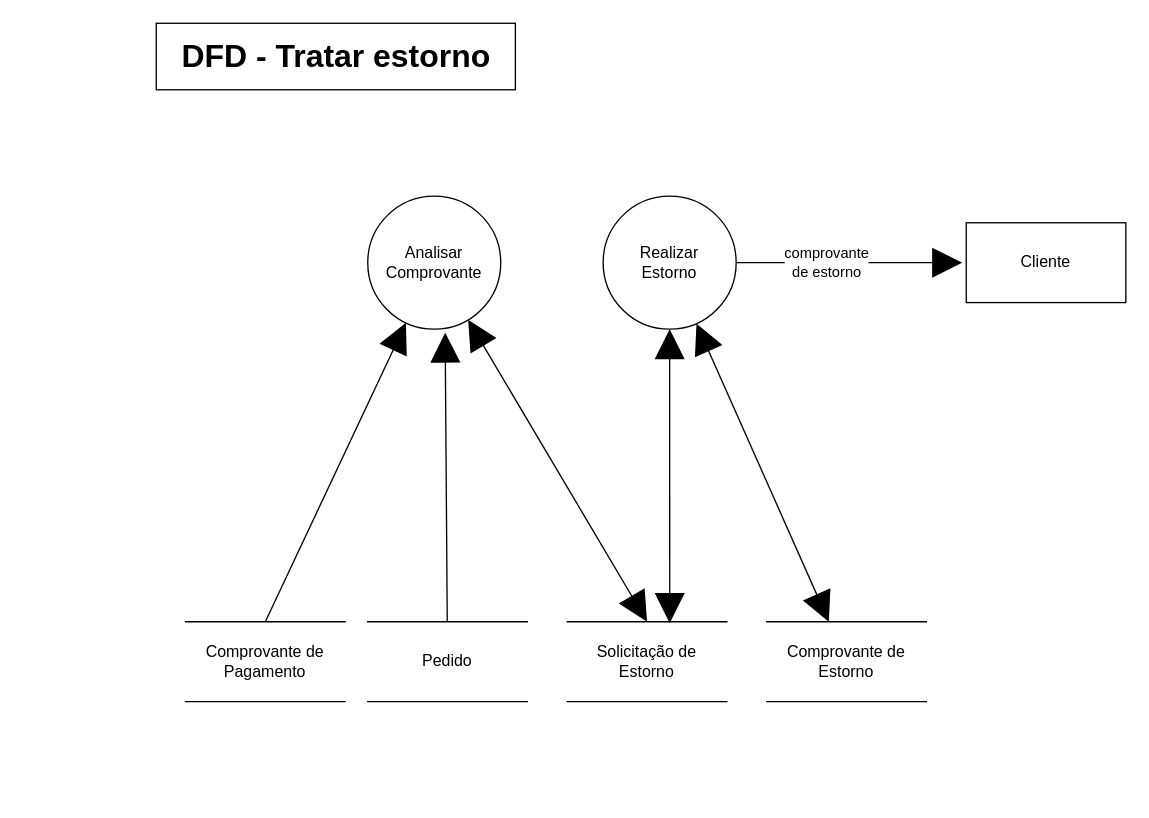
Before: Documentation/DFD Essencial para cada Capacidade/DFD Tratar Estorno.drawio in Systematicos/FindingApp, a draw.io diagram. Source tidied: cells renumbered, new cells numbered last; positions are measured from the earlier drawing's top-left corner, leaving out a move shared by most shapes. Both pictures are drawn from the tidied source at 133%, with x=0, y=0 at pixel (122, 23).
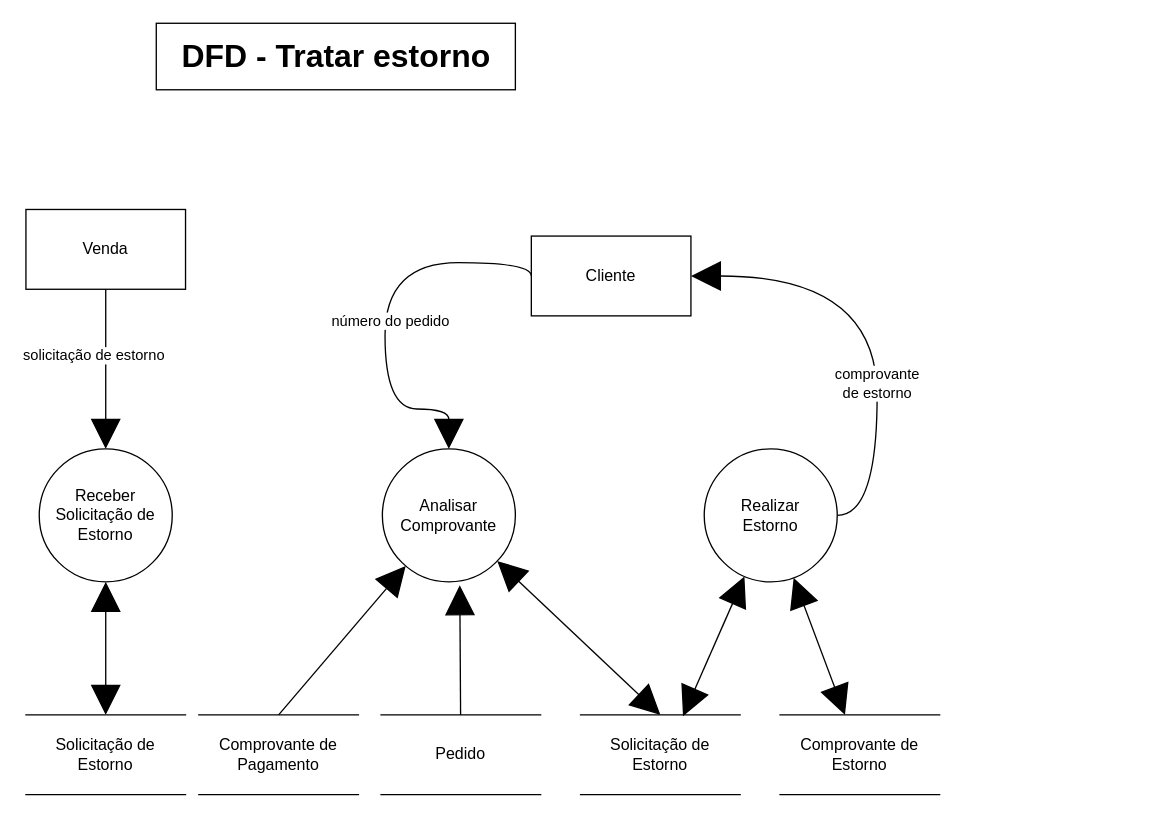
Above is the later version.

Change to the diagram source:
```diff
@@
     <mxCell id="6" value="Analisar Comprovante" style="ellipse;whiteSpace=wrap;html=1;" parent="1" vertex="1">
-      <mxGeometry x="184" y="130" width="100" height="100" as="geometry" />
+      <mxGeometry x="195" y="320" width="100" height="100" as="geometry" />
     </mxCell>
     <mxCell id="7" value="Comprovante de Pagamento" style="shape=partialRectangle;whiteSpace=wrap;html=1;left=0;right=0;fillColor=none;" parent="1" vertex="1">
-      <mxGeometry x="47" y="450" width="120" height="60" as="geometry" />
+      <mxGeometry x="57" y="520" width="120" height="60" as="geometry" />
     </mxCell>
+    <mxCell id="18" style="edgeStyle=orthogonalEdgeStyle;rounded=0;jettySize=auto;html=1;exitX=0;exitY=0.5;exitDx=0;exitDy=0;entryX=0.5;entryY=0;entryDx=0;entryDy=0;startArrow=none;startFill=0;startSize=20;endArrow=block;endFill=1;endSize=20;curved=1;" parent="1" edge="1" source="8" target="6">
+      <mxGeometry relative="1" as="geometry">
+        <Array as="points">
+          <mxPoint x="307" y="180" />
+          <mxPoint x="197" y="180" />
+          <mxPoint x="197" y="290" />
+          <mxPoint x="245" y="290" />
+        </Array>
+      </mxGeometry>
+    </mxCell>
+    <mxCell id="19" value="número do pedido" style="edgeLabel;html=1;align=center;verticalAlign=middle;" parent="18" vertex="1">
+      <mxGeometry x="0.06" y="3" relative="1" as="geometry" />
+    </mxCell>
     <mxCell id="8" value="Cliente" style="rounded=0;whiteSpace=wrap;html=1;" parent="1" vertex="1">
-      <mxGeometry x="634" y="150" width="120" height="60" as="geometry" />
+      <mxGeometry x="307" y="160" width="120" height="60" as="geometry" />
     </mxCell>
     <mxCell id="9" value="Solicitação de Estorno" style="shape=partialRectangle;whiteSpace=wrap;html=1;left=0;right=0;fillColor=none;" parent="1" vertex="1">
-      <mxGeometry x="334" y="450" width="120" height="60" as="geometry" />
+      <mxGeometry x="344" y="520" width="120" height="60" as="geometry" />
     </mxCell>
@@
     <mxCell id="11" value="Pedido" style="shape=partialRectangle;whiteSpace=wrap;html=1;left=0;right=0;fillColor=none;" parent="1" vertex="1">
-      <mxGeometry x="184" y="450" width="120" height="60" as="geometry" />
+      <mxGeometry x="194" y="520" width="120" height="60" as="geometry" />
     </mxCell>
@@
-    <mxCell id="13" style="edgeStyle=none;rounded=0;jettySize=auto;html=1;startArrow=none;startFill=0;startSize=20;endArrow=block;endFill=1;endSize=20;" parent="1" edge="1" source="16">
+    <mxCell id="13" style="edgeStyle=orthogonalEdgeStyle;rounded=0;jettySize=auto;html=1;startArrow=none;startFill=0;startSize=20;endArrow=block;endFill=1;endSize=20;exitX=1;exitY=0.5;exitDx=0;exitDy=0;entryX=1;entryY=0.5;entryDx=0;entryDy=0;curved=1;" parent="1" edge="1" source="16" target="8">
       <mxGeometry relative="1" as="geometry">
-        <mxPoint x="631" y="180" as="targetPoint" />
+        <Array as="points">
+          <mxPoint x="567" y="370" />
+          <mxPoint x="567" y="190" />
+        </Array>
       </mxGeometry>
     </mxCell>
     <mxCell id="14" value="comprovante&lt;br&gt;de estorno" style="edgeLabel;html=1;align=center;verticalAlign=middle;" parent="13" vertex="1">
-      <mxGeometry x="-0.21" y="1" relative="1" as="geometry" />
+      <mxGeometry x="-0.21" y="1" relative="1" as="geometry">
+        <mxPoint y="8.8" as="offset" />
+      </mxGeometry>
     </mxCell>
@@
     <mxCell id="16" value="Realizar&lt;br&gt;Estorno" style="ellipse;whiteSpace=wrap;html=1;" parent="1" vertex="1">
-      <mxGeometry x="361" y="130" width="100" height="100" as="geometry" />
+      <mxGeometry x="437" y="320" width="100" height="100" as="geometry" />
     </mxCell>
     <mxCell id="17" value="Comprovante de Estorno" style="shape=partialRectangle;whiteSpace=wrap;html=1;left=0;right=0;fillColor=none;" parent="1" vertex="1">
-      <mxGeometry x="484" y="450" width="120" height="60" as="geometry" />
+      <mxGeometry x="494" y="520" width="120" height="60" as="geometry" />
     </mxCell>
+    <mxCell id="20" style="rounded=0;jettySize=auto;html=1;exitX=0.5;exitY=1;exitDx=0;exitDy=0;startArrow=block;startFill=1;endArrow=block;endFill=1;endSize=20;startSize=20;" parent="1" edge="1" source="21" target="22">
+      <mxGeometry relative="1" as="geometry" />
+    </mxCell>
+    <mxCell id="21" value="&lt;span style=&quot;background-color: rgb(255 , 255 , 255)&quot;&gt;&lt;font style=&quot;font-size: 12px&quot;&gt;Receber Solicitação de Estorno&lt;/font&gt;&lt;/span&gt;" style="ellipse;whiteSpace=wrap;html=1;" parent="1" vertex="1">
+      <mxGeometry x="-63" y="320" width="100" height="100" as="geometry" />
+    </mxCell>
+    <mxCell id="22" value="Solicitação de Estorno" style="shape=partialRectangle;whiteSpace=wrap;html=1;left=0;right=0;fillColor=none;" parent="1" vertex="1">
+      <mxGeometry x="-73" y="520" width="120" height="60" as="geometry" />
+    </mxCell>
+    <mxCell id="23" style="edgeStyle=none;rounded=0;jettySize=auto;html=1;exitX=0.5;exitY=1;exitDx=0;exitDy=0;entryX=0.5;entryY=0;entryDx=0;entryDy=0;startArrow=none;startFill=0;startSize=20;endArrow=block;endFill=1;endSize=20;" parent="1" edge="1" source="25" target="21">
+      <mxGeometry relative="1" as="geometry" />
+    </mxCell>
+    <mxCell id="24" value="solicitação de estorno" style="edgeLabel;html=1;align=center;verticalAlign=middle;" parent="23" vertex="1">
+      <mxGeometry x="-0.21" y="3" relative="1" as="geometry">
+        <mxPoint x="-13" y="2.9" as="offset" />
+      </mxGeometry>
+    </mxCell>
+    <mxCell id="25" value="Venda" style="rounded=0;whiteSpace=wrap;html=1;" parent="1" vertex="1">
+      <mxGeometry x="-73" y="140" width="120" height="60" as="geometry" />
+    </mxCell>
```
